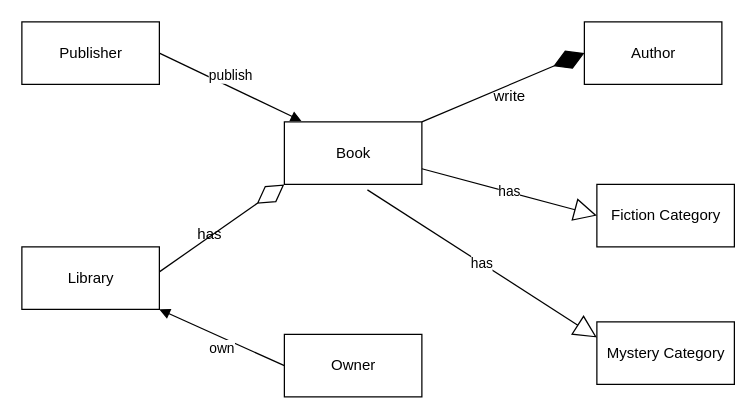
Above: Execise3.drawio in nabelanjwa/Week2ClassDiagram (draw.io), before the change. Source tidied: cells renumbered, new cells numbered last; positions are measured from the earlier drawing's top-left corner, leaving out a move shared by most shapes. Both pictures are drawn from the tidied source at 125%, with x=0, y=0 at pixel (21, 21).
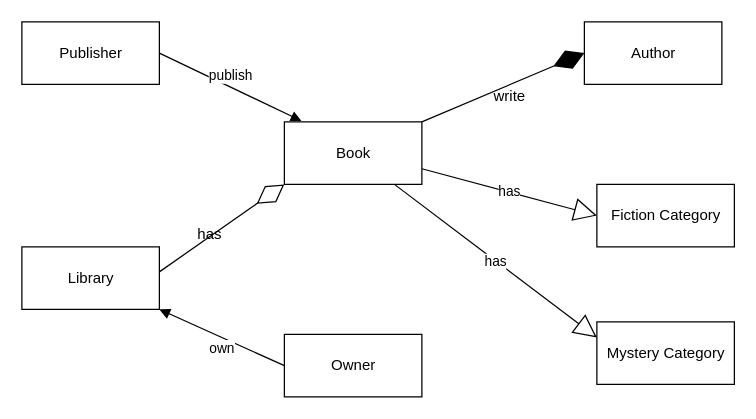
After the change.

Change to the diagram source:
```diff
@@
 <mxGraphModel>
   <root>
     <mxCell id="0" />
     <mxCell id="1" parent="0" />
     <mxCell id="2" value="Publisher" style="html=1;" parent="1" vertex="1">
       <mxGeometry width="110" height="50" as="geometry" />
     </mxCell>
     <mxCell id="3" value="Book" style="html=1;" parent="1" vertex="1">
       <mxGeometry x="210" y="80" width="110" height="50" as="geometry" />
     </mxCell>
     <mxCell id="4" value="Author" style="html=1;" parent="1" vertex="1">
       <mxGeometry x="450" width="110" height="50" as="geometry" />
     </mxCell>
     <mxCell id="5" value="Library" style="html=1;" parent="1" vertex="1">
       <mxGeometry y="180" width="110" height="50" as="geometry" />
     </mxCell>
     <mxCell id="6" value="Owner" style="html=1;" parent="1" vertex="1">
       <mxGeometry x="210" y="250" width="110" height="50" as="geometry" />
     </mxCell>
     <mxCell id="7" value="Fiction Category" style="html=1;" parent="1" vertex="1">
       <mxGeometry x="460" y="130" width="110" height="50" as="geometry" />
     </mxCell>
     <mxCell id="8" value="Mystery Category" style="html=1;" parent="1" vertex="1">
       <mxGeometry x="460" y="240" width="110" height="50" as="geometry" />
     </mxCell>
     <mxCell id="9" value="publish" style="html=1;verticalAlign=bottom;endArrow=block;exitX=1;exitY=0.5;exitDx=0;exitDy=0;entryX=0.124;entryY=-0.016;entryDx=0;entryDy=0;entryPerimeter=0;" parent="1" edge="1" source="2" target="3">
       <mxGeometry relative="1" as="geometry" />
     </mxCell>
     <mxCell id="10" style="endArrow=diamondThin;endFill=0;endSize=24;html=1;entryX=0;entryY=1;entryDx=0;entryDy=0;" parent="1" edge="1" target="3">
       <mxGeometry relative="1" as="geometry">
         <mxPoint x="110" y="200" as="sourcePoint" />
       </mxGeometry>
     </mxCell>
     <mxCell id="11" value="has" style="text;html=1;align=center;verticalAlign=middle;" parent="1" vertex="1">
       <mxGeometry x="135" y="160" width="30" height="20" as="geometry" />
     </mxCell>
     <mxCell id="12" value="own" style="html=1;verticalAlign=bottom;endArrow=block;entryX=1;entryY=1;entryDx=0;entryDy=0;exitX=0;exitY=0.5;exitDx=0;exitDy=0;" parent="1" edge="1" source="6" target="5">
       <mxGeometry x="-0.13" y="16" relative="1" as="geometry" />
     </mxCell>
-    <mxCell id="13" value="has" style="endArrow=block;endSize=16;endFill=0;html=1;entryX=0;entryY=0.25;entryDx=0;entryDy=0;exitX=0.604;exitY=1.088;exitDx=0;exitDy=0;exitPerimeter=0;" parent="1" edge="1" source="3" target="8">
+    <mxCell id="13" value="has" style="endArrow=block;endSize=16;endFill=0;html=1;entryX=0;entryY=0.25;entryDx=0;entryDy=0;" parent="1" edge="1" source="3" target="8">
       <mxGeometry relative="1" as="geometry" />
     </mxCell>
     <mxCell id="14" value="has" style="endArrow=block;endSize=16;endFill=0;html=1;entryX=0;entryY=0.5;entryDx=0;entryDy=0;exitX=1;exitY=0.75;exitDx=0;exitDy=0;" parent="1" edge="1" source="3" target="7">
       <mxGeometry relative="1" as="geometry" />
     </mxCell>
     <mxCell id="15" style="endArrow=diamondThin;endFill=1;endSize=24;html=1;entryX=0;entryY=0.5;entryDx=0;entryDy=0;exitX=1;exitY=0;exitDx=0;exitDy=0;" parent="1" edge="1" source="3" target="4">
       <mxGeometry relative="1" as="geometry" />
     </mxCell>
     <mxCell id="16" value="write" style="text;html=1;align=center;verticalAlign=middle;" parent="1" vertex="1">
       <mxGeometry x="370" y="50" width="40" height="20" as="geometry" />
     </mxCell>
   </root>
 </mxGraphModel>
```
